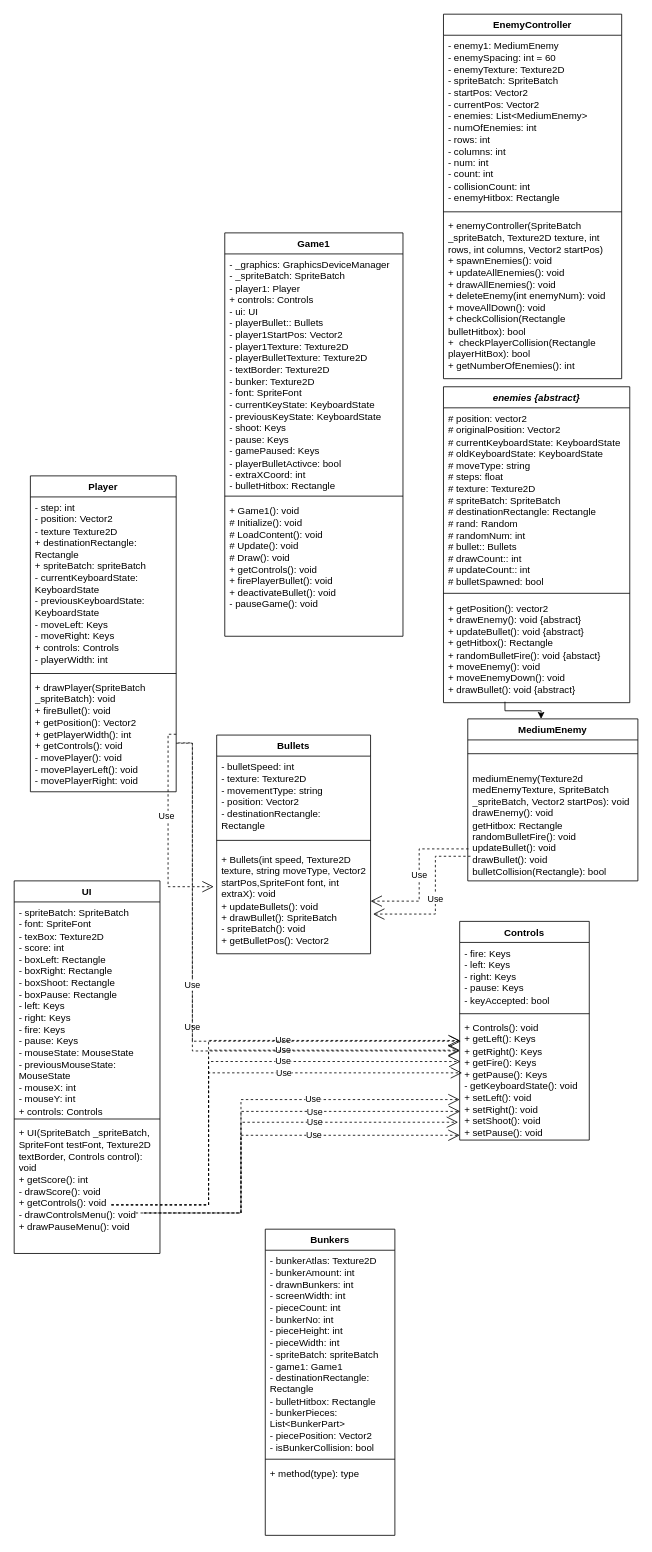
Above: draw.io diagrams/classDiagrams.drawio in Ferogreywolf7/Alien-Attack (draw.io), before the change. Source tidied: cells renumbered, new cells numbered last; positions are measured from the earlier drawing's top-left corner, leaving out a move shared by most shapes. Both pictures are drawn from the tidied source at 81%, with x=0, y=0 at pixel (14, 14).
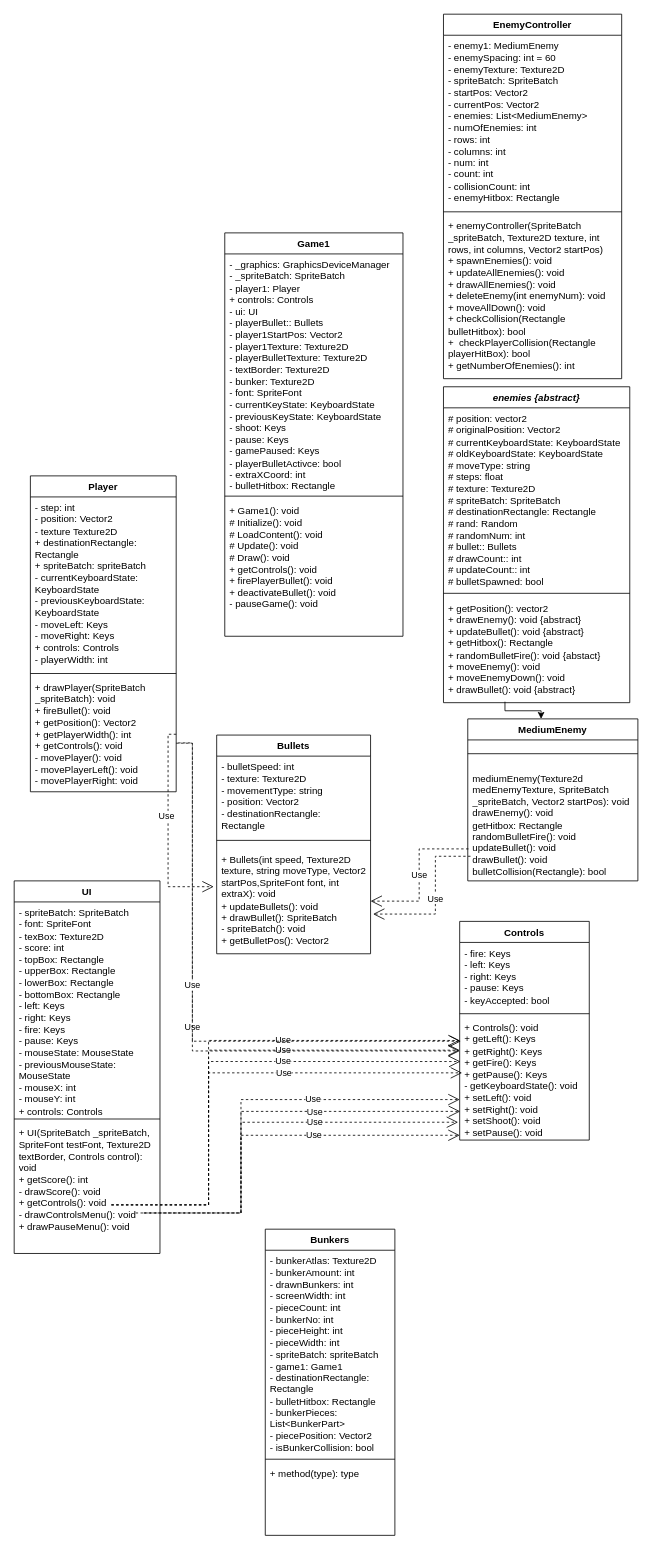
The same page after the edit.

Commit message (it also covers changes not shown here):
Moved keybind code into the controls class

The change refers to these unchanged cells:
```xml
<mxCell id="10" value="UI" style="swimlane;fontStyle=1;align=center;verticalAlign=top;horizontal=1;startSize=26;whiteSpace=wrap;html=1;" parent="1" vertex="1">
  <mxGeometry y="1070" width="180" height="460" as="geometry" />
</mxCell>
```

Change to the diagram source:
```diff
@@
-    <mxCell id="11" value="&lt;div&gt;- spriteBatch: SpriteBatch&lt;/div&gt;&lt;div&gt;- font: SpriteFont&lt;br&gt;&lt;/div&gt;&lt;div&gt;- texBox: Texture2D&lt;br&gt;&lt;/div&gt;&lt;div&gt;- score: int&lt;/div&gt;&lt;div&gt;- boxLeft: Rectangle&lt;/div&gt;&lt;div&gt;- boxRight: Rectangle&lt;/div&gt;&lt;div&gt;- boxShoot: Rectangle&lt;/div&gt;&lt;div&gt;- boxPause: Rectangle&lt;/div&gt;&lt;div&gt;- left: Keys&lt;/div&gt;&lt;div&gt;- right: Keys&lt;/div&gt;&lt;div&gt;- fire: Keys&lt;/div&gt;&lt;div&gt;- pause: Keys&lt;/div&gt;&lt;div&gt;- mouseState: MouseState&lt;/div&gt;&lt;div&gt;- previousMouseState: MouseState&lt;/div&gt;&lt;div&gt;- mouseX: int&lt;/div&gt;&lt;div&gt;- mouseY: int&lt;/div&gt;&lt;div&gt;+ controls: Controls&lt;br&gt;&lt;/div&gt;" style="text;strokeColor=none;fillColor=none;align=left;verticalAlign=top;spacingLeft=4;spacingRight=4;overflow=hidden;whiteSpace=wrap;html=1;" parent="10" vertex="1">
+    <mxCell id="11" value="&lt;div&gt;- spriteBatch: SpriteBatch&lt;/div&gt;&lt;div&gt;- font: SpriteFont&lt;br&gt;&lt;/div&gt;&lt;div&gt;- texBox: Texture2D&lt;br&gt;&lt;/div&gt;&lt;div&gt;- score: int&lt;/div&gt;&lt;div&gt;- topBox: Rectangle&lt;/div&gt;&lt;div&gt;- upperBox: Rectangle&lt;/div&gt;&lt;div&gt;- lowerBox: Rectangle&lt;/div&gt;&lt;div&gt;- bottomBox: Rectangle&lt;/div&gt;&lt;div&gt;- left: Keys&lt;/div&gt;&lt;div&gt;- right: Keys&lt;/div&gt;&lt;div&gt;- fire: Keys&lt;/div&gt;&lt;div&gt;- pause: Keys&lt;/div&gt;&lt;div&gt;- mouseState: MouseState&lt;/div&gt;&lt;div&gt;- previousMouseState: MouseState&lt;/div&gt;&lt;div&gt;- mouseX: int&lt;/div&gt;&lt;div&gt;- mouseY: int&lt;/div&gt;&lt;div&gt;+ controls: Controls&lt;br&gt;&lt;/div&gt;" style="text;strokeColor=none;fillColor=none;align=left;verticalAlign=top;spacingLeft=4;spacingRight=4;overflow=hidden;whiteSpace=wrap;html=1;" parent="10" vertex="1">
       <mxGeometry y="26" width="180" height="264" as="geometry" />
     </mxCell>
```
